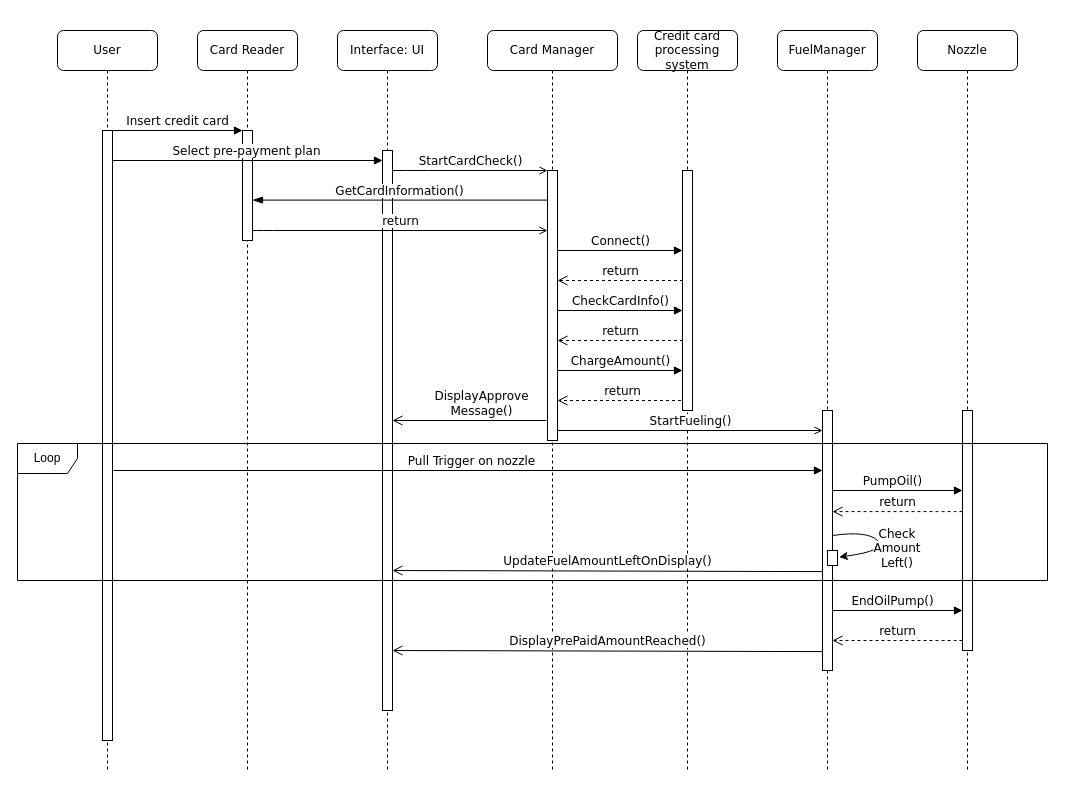
critschris/COMP-354 keeps this draw.io diagram as Sequence_Model.drawio. Above is the earlier version. Source tidied: cells renumbered, new cells numbered last; positions are measured from the earlier drawing's top-left corner, leaving out a move shared by most shapes. Both pictures are drawn from the tidied source at 100%, with x=0, y=0 at pixel (17, 30).
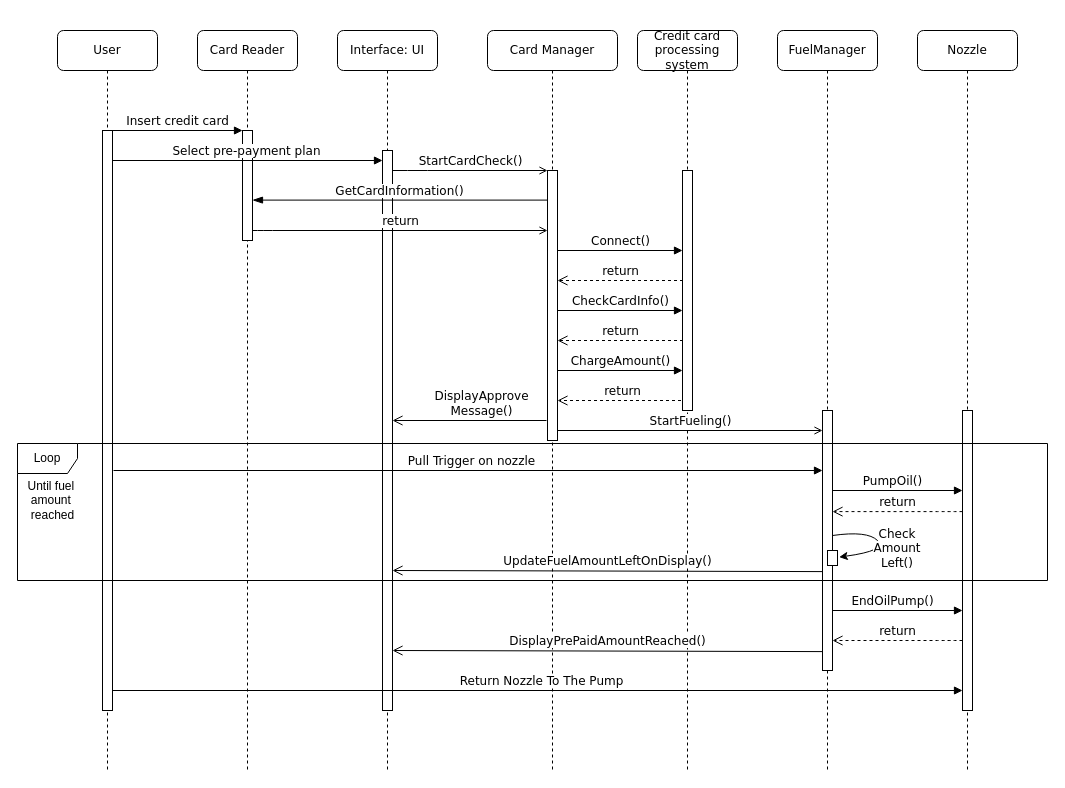
The same diagram, later.

Unchanged cells that the change refers to:
```xml
<mxCell id="21" value="User" style="shape=umlLifeline;perimeter=lifelinePerimeter;whiteSpace=wrap;html=1;outlineConnect=0;rounded=1;shadow=0;comic=0;labelBackgroundColor=none;strokeWidth=1;fontFamily=Verdana;fontSize=12;align=center;" parent="1" vertex="1">
  <mxGeometry x="40" width="100" height="740" as="geometry" />
</mxCell>
```

Diff of the diagram source:
```diff
@@
     <mxCell id="22" style="html=1;points=[];perimeter=orthogonalPerimeter;rounded=0;shadow=0;comic=0;labelBackgroundColor=none;strokeWidth=1;fontFamily=Verdana;fontSize=12;align=center;" parent="21" vertex="1">
-      <mxGeometry x="45" y="100" width="10" height="610" as="geometry" />
+      <mxGeometry x="45" y="100" width="10" height="580" as="geometry" />
     </mxCell>
@@
     <mxCell id="25" style="html=1;perimeter=orthogonalPerimeter;rounded=0;shadow=0;comic=0;labelBackgroundColor=none;strokeColor=#000000;strokeWidth=1;fillColor=#FFFFFF;fontFamily=Verdana;fontSize=12;fontColor=#000000;align=center;" parent="1" vertex="1">
-      <mxGeometry x="945" y="380" width="10" height="240" as="geometry" />
+      <mxGeometry x="945" y="380" width="10" height="300" as="geometry" />
     </mxCell>
@@
+    <mxCell id="40" value="&lt;span style=&quot;background-color: light-dark(#ffffff, var(--ge-dark-color, #121212));&quot;&gt;Return Nozzle To The Pump&lt;/span&gt;" style="html=1;verticalAlign=bottom;endArrow=block;labelBackgroundColor=none;fontFamily=Verdana;fontSize=12;elbow=vertical;exitX=0.7;exitY=0.068;exitDx=0;exitDy=0;exitPerimeter=0;targetPerimeterSpacing=0;" parent="1" edge="1">
+      <mxGeometry x="0.01" relative="1" as="geometry">
+        <mxPoint x="95" y="660" as="sourcePoint" />
+        <mxPoint x="945" y="660" as="targetPoint" />
+      </mxGeometry>
+    </mxCell>
+    <mxCell id="41" value="Until fuel&amp;nbsp;&lt;div&gt;amount&amp;nbsp;&lt;/div&gt;&lt;div&gt;reached&lt;/div&gt;" style="text;html=1;align=center;verticalAlign=middle;strokeColor=none;fillColor=none;" parent="1" vertex="1">
+      <mxGeometry y="440" width="70" height="60" as="geometry" />
+    </mxCell>
```
